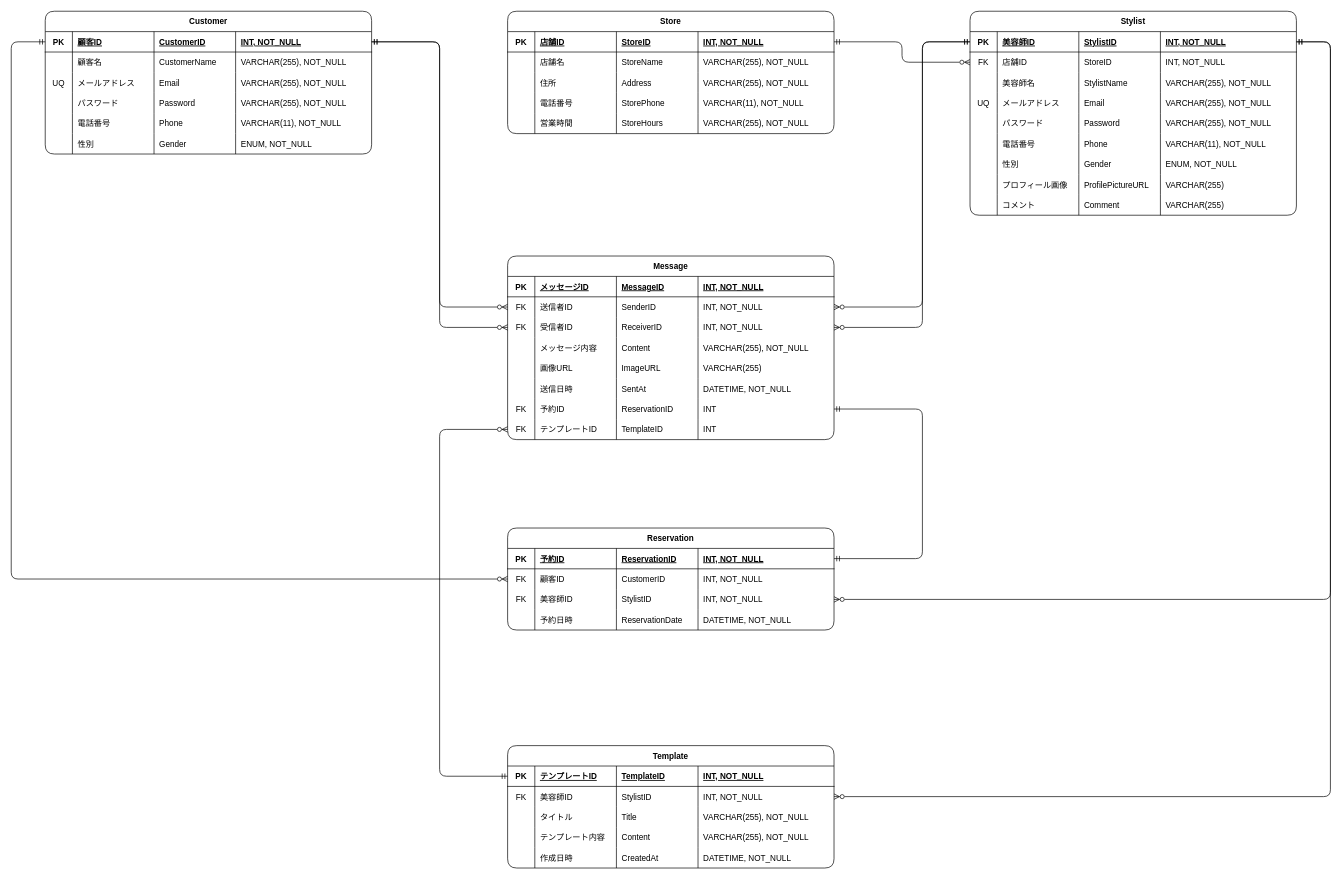
The draw.io diagram background/ER-Draft_hiyo.dio in J-Team-2025-Winter/J-Team-2025-Winter, before the edit. Source tidied: cells renumbered, new cells numbered last; positions are measured from the earlier drawing's top-left corner, leaving out a move shared by most shapes. Both pictures are drawn from the tidied source at 68%, with x=0, y=0 at pixel (11, 11).
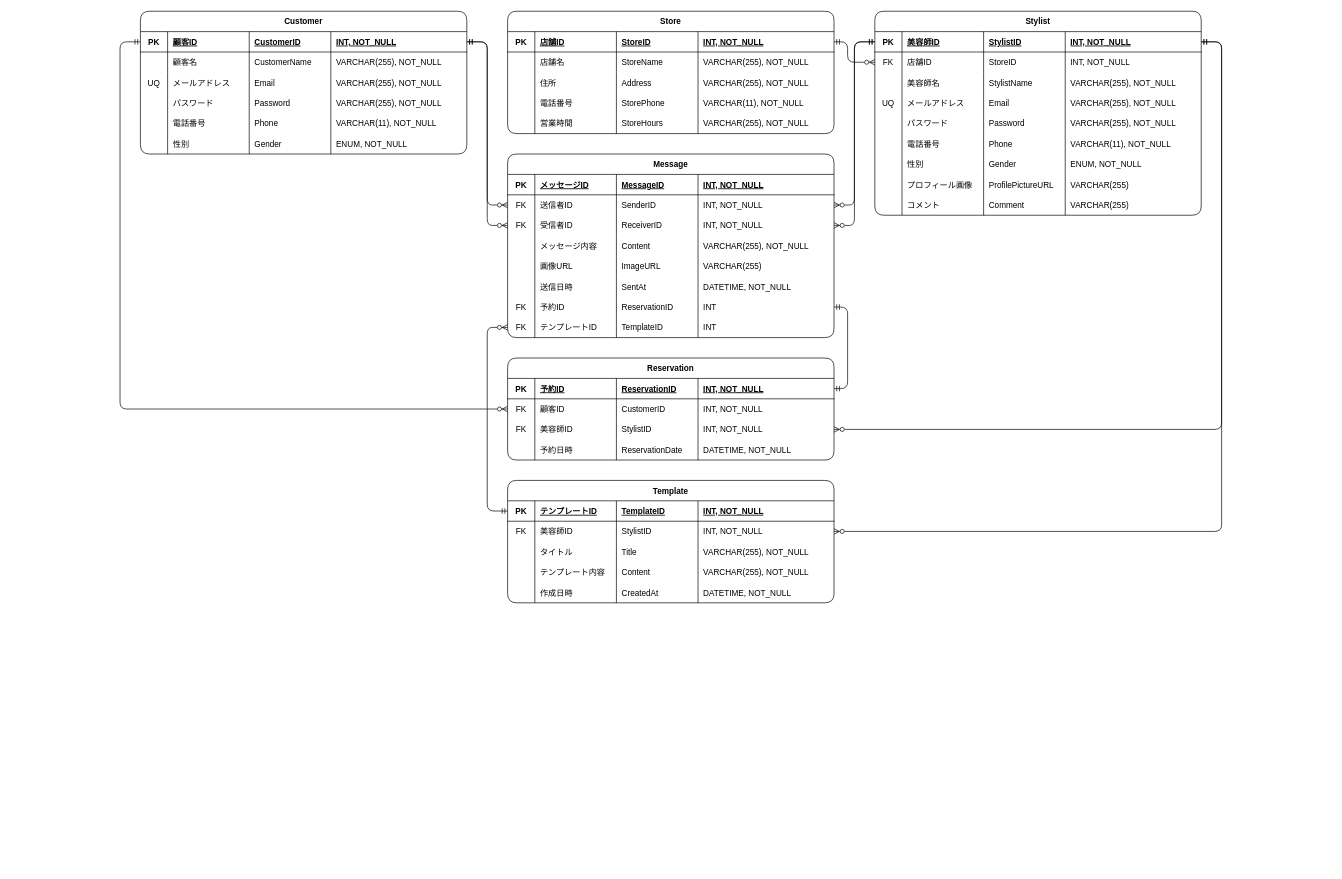
The same page after the edit.

Unchanged cells that the change refers to:
```xml
<mxCell id="3" style="shape=tableRow;horizontal=0;startSize=0;swimlaneHead=0;swimlaneBody=0;fillColor=none;points=[[0,0.5],[1,0.5]];portConstraint=eastwest;top=0;left=0;right=0;bottom=1;" parent="2" vertex="1">
  <mxGeometry y="30" width="480" height="30" as="geometry" />
</mxCell>
<mxCell id="34" style="shape=tableRow;horizontal=0;startSize=0;swimlaneHead=0;swimlaneBody=0;fillColor=none;points=[[0,0.5],[1,0.5]];portConstraint=eastwest;top=0;left=0;right=0;bottom=1;" parent="33" vertex="1">
  <mxGeometry y="30" width="480" height="30" as="geometry" />
</mxCell>
<mxCell id="39" style="shape=tableRow;horizontal=0;startSize=0;swimlaneHead=0;swimlaneBody=0;fillColor=none;points=[[0,0.5],[1,0.5]];portConstraint=eastwest;top=0;left=0;right=0;bottom=0;" parent="33" vertex="1">
  <mxGeometry y="60" width="480" height="30" as="geometry" />
</mxCell>
<mxCell id="85" style="shape=tableRow;horizontal=0;startSize=0;swimlaneHead=0;swimlaneBody=0;fillColor=none;points=[[0,0.5],[1,0.5]];portConstraint=eastwest;top=0;left=0;right=0;bottom=0;" parent="79" vertex="1">
  <mxGeometry y="60" width="480" height="30" as="geometry" />
</mxCell>
<mxCell id="90" style="shape=tableRow;horizontal=0;startSize=0;swimlaneHead=0;swimlaneBody=0;fillColor=none;points=[[0,0.5],[1,0.5]];portConstraint=eastwest;top=0;left=0;right=0;bottom=0;" parent="79" vertex="1">
  <mxGeometry y="90" width="480" height="30" as="geometry" />
</mxCell>
<mxCell id="110" style="shape=tableRow;horizontal=0;startSize=0;swimlaneHead=0;swimlaneBody=0;fillColor=none;points=[[0,0.5],[1,0.5]];portConstraint=eastwest;top=0;left=0;right=0;bottom=0;" parent="79" vertex="1">
  <mxGeometry y="210" width="480" height="30" as="geometry" />
</mxCell>
<mxCell id="115" style="shape=tableRow;horizontal=0;startSize=0;swimlaneHead=0;swimlaneBody=0;fillColor=none;points=[[0,0.5],[1,0.5]];portConstraint=eastwest;top=0;left=0;right=0;bottom=0;" parent="79" vertex="1">
  <mxGeometry y="240" width="480" height="30" as="geometry" />
</mxCell>
<mxCell id="121" style="shape=tableRow;horizontal=0;startSize=0;swimlaneHead=0;swimlaneBody=0;fillColor=none;points=[[0,0.5],[1,0.5]];portConstraint=eastwest;top=0;left=0;right=0;bottom=1;" parent="120" vertex="1">
  <mxGeometry y="30" width="480" height="30" as="geometry" />
</mxCell>
<mxCell id="126" style="shape=tableRow;horizontal=0;startSize=0;swimlaneHead=0;swimlaneBody=0;fillColor=none;points=[[0,0.5],[1,0.5]];portConstraint=eastwest;top=0;left=0;right=0;bottom=0;" parent="120" vertex="1">
  <mxGeometry y="60" width="480" height="30" as="geometry" />
</mxCell>
<mxCell id="131" style="shape=tableRow;horizontal=0;startSize=0;swimlaneHead=0;swimlaneBody=0;fillColor=none;points=[[0,0.5],[1,0.5]];portConstraint=eastwest;top=0;left=0;right=0;bottom=0;" parent="120" vertex="1">
  <mxGeometry y="90" width="480" height="30" as="geometry" />
</mxCell>
<mxCell id="142" style="shape=tableRow;horizontal=0;startSize=0;swimlaneHead=0;swimlaneBody=0;fillColor=none;points=[[0,0.5],[1,0.5]];portConstraint=eastwest;top=0;left=0;right=0;bottom=1;" parent="141" vertex="1">
  <mxGeometry y="30" width="480" height="30" as="geometry" />
</mxCell>
<mxCell id="175" style="shape=tableRow;horizontal=0;startSize=0;swimlaneHead=0;swimlaneBody=0;fillColor=none;points=[[0,0.5],[1,0.5]];portConstraint=eastwest;top=0;left=0;right=0;bottom=1;" parent="174" vertex="1">
  <mxGeometry y="30" width="480" height="30" as="geometry" />
</mxCell>
<mxCell id="180" style="shape=tableRow;horizontal=0;startSize=0;swimlaneHead=0;swimlaneBody=0;fillColor=none;points=[[0,0.5],[1,0.5]];portConstraint=eastwest;top=0;left=0;right=0;bottom=0;" parent="174" vertex="1">
  <mxGeometry y="60" width="480" height="30" as="geometry" />
</mxCell>
```

What changed in the source:
```diff
@@
     <mxCell id="2" value="Customer" style="shape=table;startSize=30;childLayout=tableLayout;rowLines=0;fontStyle=1;align=center;rounded=1;" parent="1" vertex="1">
-      <mxGeometry x="50" width="480" height="210" as="geometry" />
+      <mxGeometry x="190" width="480" height="210" as="geometry" />
     </mxCell>
@@
     <mxCell id="33" value="Stylist" style="shape=table;startSize=30;childLayout=tableLayout;rowLines=0;fontStyle=1;align=center;rounded=1;" parent="1" vertex="1">
-      <mxGeometry x="1410" width="480" height="300" as="geometry" />
+      <mxGeometry x="1270" width="480" height="300" as="geometry" />
     </mxCell>
@@
     <mxCell id="79" value="Message" style="shape=table;startSize=30;childLayout=tableLayout;rowLines=0;fontStyle=1;align=center;rounded=1;" parent="1" vertex="1">
-      <mxGeometry x="730" y="360" width="480" height="270" as="geometry" />
+      <mxGeometry x="730" y="210" width="480" height="270" as="geometry" />
     </mxCell>
@@
     <mxCell id="120" value="Reservation" style="shape=table;startSize=30;childLayout=tableLayout;rowLines=0;fontStyle=1;align=center;rounded=1;" parent="1" vertex="1">
-      <mxGeometry x="730" y="760" width="480" height="150" as="geometry" />
+      <mxGeometry x="730" y="510" width="480" height="150" as="geometry" />
     </mxCell>
@@
-    <mxCell id="167" style="edgeStyle=orthogonalEdgeStyle;html=1;exitX=1;exitY=0.5;exitDx=0;exitDy=0;startArrow=ERmandOne;startFill=0;endArrow=ERzeroToMany;endFill=0;" parent="1" edge="1" source="3" target="85">
-      <mxGeometry relative="1" as="geometry" />
+    <mxCell id="167" style="edgeStyle=orthogonalEdgeStyle;html=1;exitX=1;exitY=0.5;exitDx=0;exitDy=0;startArrow=ERmandOne;startFill=0;endArrow=ERzeroToMany;endFill=0;entryX=0;entryY=0.5;entryDx=0;entryDy=0;" parent="1" edge="1" source="3" target="85">
+      <mxGeometry relative="1" as="geometry">
+        <Array as="points">
+          <mxPoint x="700" y="45" />
+          <mxPoint x="700" y="285" />
+        </Array>
+      </mxGeometry>
     </mxCell>
-    <mxCell id="168" style="edgeStyle=orthogonalEdgeStyle;html=1;exitX=1;exitY=0.5;exitDx=0;exitDy=0;endArrow=ERzeroToMany;endFill=0;startArrow=ERmandOne;startFill=0;" parent="1" edge="1" source="3" target="90">
-      <mxGeometry relative="1" as="geometry" />
+    <mxCell id="168" style="edgeStyle=orthogonalEdgeStyle;html=1;exitX=1;exitY=0.5;exitDx=0;exitDy=0;endArrow=ERzeroToMany;endFill=0;startArrow=ERmandOne;startFill=0;entryX=0;entryY=0.5;entryDx=0;entryDy=0;" parent="1" edge="1" source="3" target="90">
+      <mxGeometry relative="1" as="geometry">
+        <Array as="points">
+          <mxPoint x="700" y="45" />
+          <mxPoint x="700" y="315" />
+        </Array>
+      </mxGeometry>
     </mxCell>
-    <mxCell id="169" style="edgeStyle=orthogonalEdgeStyle;html=1;exitX=0;exitY=0.5;exitDx=0;exitDy=0;entryX=0;entryY=0.5;entryDx=0;entryDy=0;startArrow=ERmandOne;startFill=0;endArrow=ERzeroToMany;endFill=0;" parent="1" edge="1" source="3" target="126">
+    <mxCell id="169" style="edgeStyle=orthogonalEdgeStyle;html=1;exitX=0;exitY=0.5;exitDx=0;exitDy=0;startArrow=ERmandOne;startFill=0;endArrow=ERzeroToMany;endFill=0;entryX=0;entryY=0.5;entryDx=0;entryDy=0;" parent="1" edge="1" source="3" target="126">
       <mxGeometry relative="1" as="geometry">
         <Array as="points">
-          <mxPoint y="45" />
-          <mxPoint y="835" />
+          <mxPoint x="160" y="45" />
+          <mxPoint x="160" y="585" />
         </Array>
       </mxGeometry>
     </mxCell>
     <mxCell id="170" style="edgeStyle=orthogonalEdgeStyle;html=1;exitX=1;exitY=0.5;exitDx=0;exitDy=0;entryX=0;entryY=0.5;entryDx=0;entryDy=0;startArrow=ERmandOne;startFill=0;endArrow=ERzeroToMany;endFill=0;" parent="1" edge="1" source="142" target="39">
-      <mxGeometry relative="1" as="geometry" />
+      <mxGeometry relative="1" as="geometry">
+        <Array as="points">
+          <mxPoint x="1230" y="45" />
+          <mxPoint x="1230" y="75" />
+        </Array>
+      </mxGeometry>
     </mxCell>
-    <mxCell id="171" style="edgeStyle=orthogonalEdgeStyle;html=1;exitX=0;exitY=0.5;exitDx=0;exitDy=0;entryX=1;entryY=0.5;entryDx=0;entryDy=0;startArrow=ERmandOne;startFill=0;endArrow=ERzeroToMany;endFill=0;" parent="1" edge="1" source="34" target="85">
+    <mxCell id="171" style="edgeStyle=orthogonalEdgeStyle;html=1;exitX=0;exitY=0.5;exitDx=0;exitDy=0;startArrow=ERmandOne;startFill=0;endArrow=ERzeroToMany;endFill=0;entryX=1;entryY=0.5;entryDx=0;entryDy=0;" parent="1" edge="1" source="34" target="85">
       <mxGeometry relative="1" as="geometry">
         <Array as="points">
-          <mxPoint x="1340" y="45" />
-          <mxPoint x="1340" y="435" />
+          <mxPoint x="1240" y="45" />
+          <mxPoint x="1240" y="285" />
         </Array>
       </mxGeometry>
     </mxCell>
-    <mxCell id="172" style="edgeStyle=orthogonalEdgeStyle;html=1;exitX=0;exitY=0.5;exitDx=0;exitDy=0;entryX=1;entryY=0.5;entryDx=0;entryDy=0;startArrow=ERmandOne;startFill=0;endArrow=ERzeroToMany;endFill=0;" parent="1" edge="1" source="34" target="90">
+    <mxCell id="172" style="edgeStyle=orthogonalEdgeStyle;html=1;exitX=0;exitY=0.5;exitDx=0;exitDy=0;startArrow=ERmandOne;startFill=0;endArrow=ERzeroToMany;endFill=0;entryX=1;entryY=0.5;entryDx=0;entryDy=0;" parent="1" edge="1" source="34" target="90">
       <mxGeometry relative="1" as="geometry">
         <Array as="points">
-          <mxPoint x="1340" y="45" />
-          <mxPoint x="1340" y="465" />
+          <mxPoint x="1240" y="45" />
+          <mxPoint x="1240" y="315" />
         </Array>
       </mxGeometry>
     </mxCell>
-    <mxCell id="173" style="edgeStyle=orthogonalEdgeStyle;html=1;exitX=1;exitY=0.5;exitDx=0;exitDy=0;startArrow=ERmandOne;startFill=0;endArrow=ERzeroToMany;endFill=0;" parent="1" edge="1" source="34" target="131">
+    <mxCell id="173" style="edgeStyle=orthogonalEdgeStyle;html=1;exitX=1;exitY=0.5;exitDx=0;exitDy=0;startArrow=ERmandOne;startFill=0;endArrow=ERzeroToMany;endFill=0;entryX=1;entryY=0.5;entryDx=0;entryDy=0;" parent="1" edge="1" source="34" target="131">
       <mxGeometry relative="1" as="geometry">
         <Array as="points">
-          <mxPoint x="1940" y="45" />
-          <mxPoint x="1940" y="865" />
+          <mxPoint x="1780" y="45" />
+          <mxPoint x="1780" y="615" />
         </Array>
       </mxGeometry>
     </mxCell>
     <mxCell id="174" value="Template" style="shape=table;startSize=30;childLayout=tableLayout;rowLines=0;fontStyle=1;align=center;rounded=1;" parent="1" vertex="1">
-      <mxGeometry x="730" y="1080" width="480" height="180" as="geometry" />
+      <mxGeometry x="730" y="690" width="480" height="180" as="geometry" />
     </mxCell>
@@
     <mxCell id="200" style="edgeStyle=orthogonalEdgeStyle;html=1;exitX=1;exitY=0.5;exitDx=0;exitDy=0;startArrow=ERmandOne;startFill=0;endArrow=ERzeroToMany;endFill=0;entryX=1;entryY=0.5;entryDx=0;entryDy=0;" parent="1" edge="1" source="34" target="180">
       <mxGeometry relative="1" as="geometry">
         <Array as="points">
-          <mxPoint x="1940" y="45" />
-          <mxPoint x="1940" y="1155" />
+          <mxPoint x="1780" y="45" />
+          <mxPoint x="1780" y="765" />
         </Array>
       </mxGeometry>
     </mxCell>
     <mxCell id="201" style="edgeStyle=orthogonalEdgeStyle;html=1;exitX=0;exitY=0.5;exitDx=0;exitDy=0;entryX=0;entryY=0.5;entryDx=0;entryDy=0;startArrow=ERmandOne;startFill=0;endArrow=ERzeroToMany;endFill=0;" parent="1" edge="1" source="175" target="115">
       <mxGeometry relative="1" as="geometry">
         <Array as="points">
-          <mxPoint x="630" y="1125" />
-          <mxPoint x="630" y="615" />
+          <mxPoint x="700" y="735" />
+          <mxPoint x="700" y="465" />
         </Array>
       </mxGeometry>
     </mxCell>
-    <mxCell id="202" style="edgeStyle=orthogonalEdgeStyle;html=1;exitX=1;exitY=0.5;exitDx=0;exitDy=0;entryX=1;entryY=0.5;entryDx=0;entryDy=0;startArrow=ERmandOne;startFill=0;endArrow=ERmandOne;endFill=0;" parent="1" edge="1" source="121" target="110">
+    <mxCell id="202" style="edgeStyle=orthogonalEdgeStyle;html=1;entryX=1;entryY=0.5;entryDx=0;entryDy=0;startArrow=ERmandOne;startFill=0;endArrow=ERmandOne;endFill=0;exitX=1;exitY=0.5;exitDx=0;exitDy=0;" parent="1" edge="1" source="121" target="110">
       <mxGeometry relative="1" as="geometry">
         <Array as="points">
-          <mxPoint x="1340" y="805" />
-          <mxPoint x="1340" y="585" />
+          <mxPoint x="1230" y="555" />
+          <mxPoint x="1230" y="435" />
         </Array>
       </mxGeometry>
     </mxCell>
```
